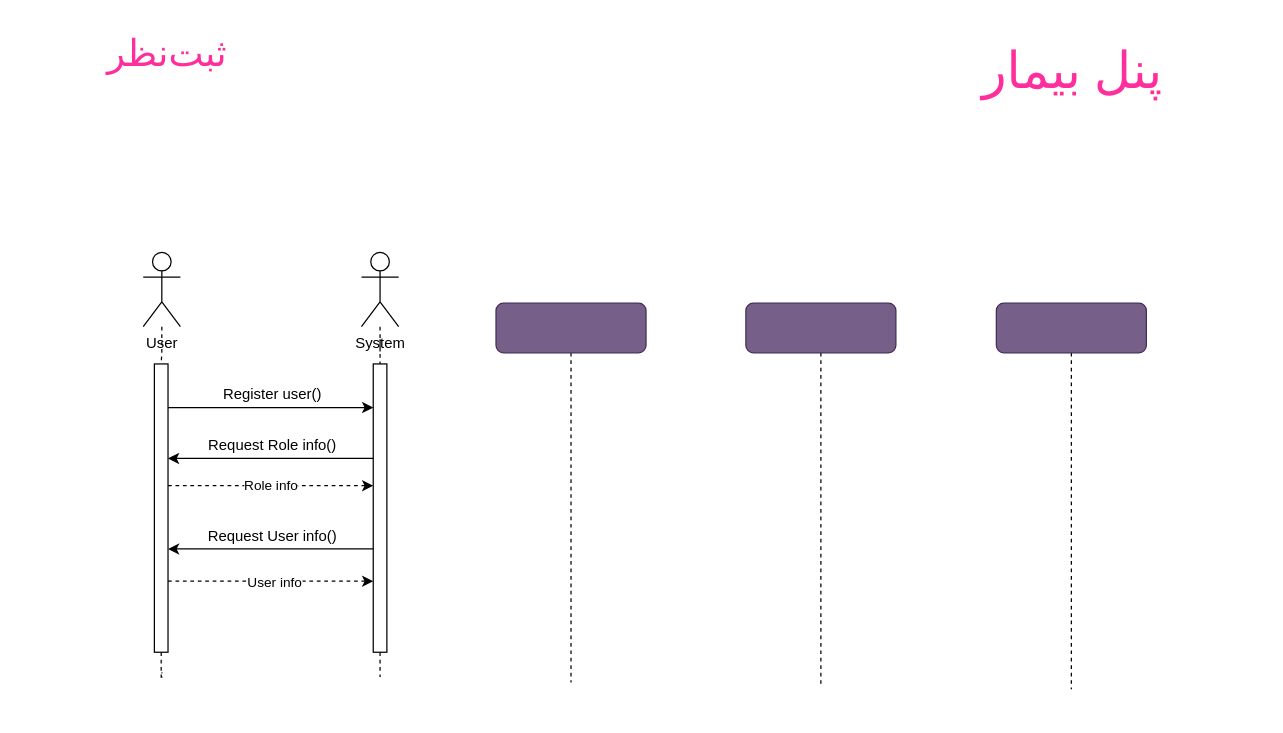
Above: page "ثبت‌نظر" (10 of 20) of Sequence Diagram/SequenceDiagram.drawio in Matinrezaei/Software-Lab (draw.io), before the change. Source tidied: cells renumbered, new cells numbered last; positions are measured from the earlier drawing's top-left corner, leaving out a move shared by most shapes. Both pictures are drawn from the tidied source at 124%, with x=0, y=0 at pixel (99, 21).
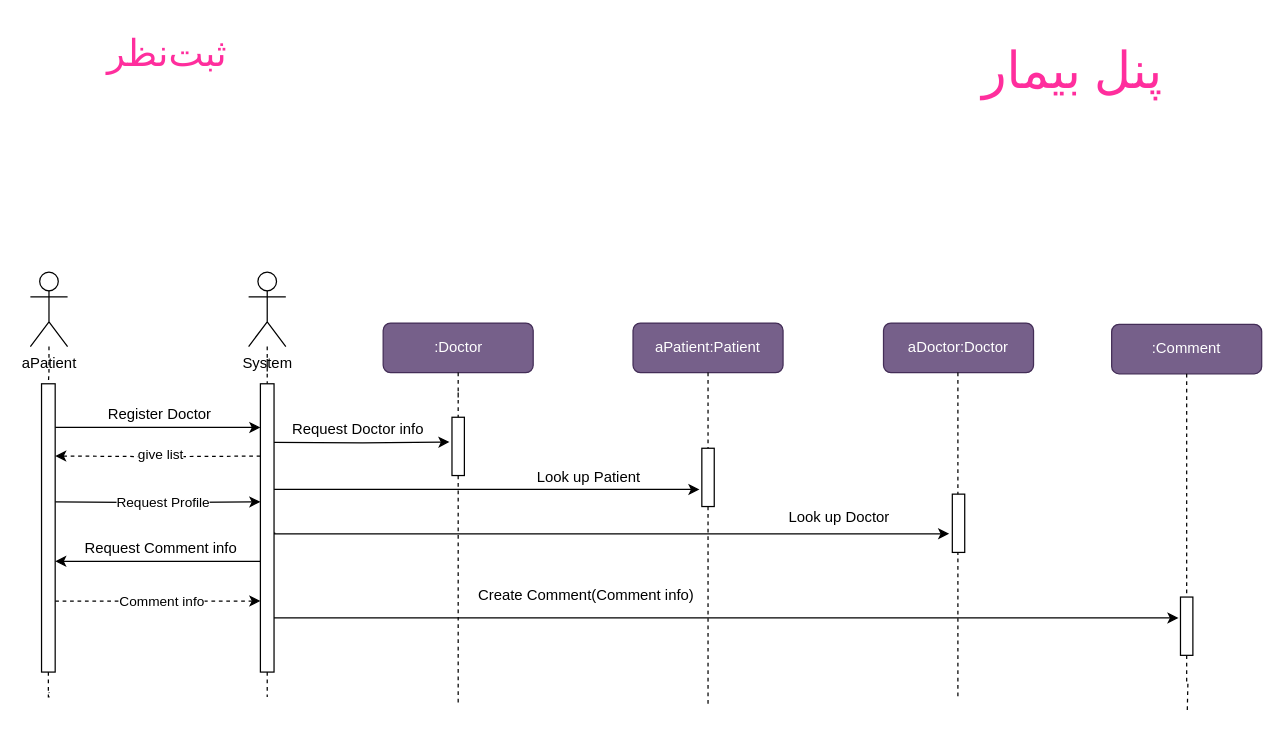
The same page after the edit.

Change to the diagram source:
```diff
@@
-    <mxCell id="4" style="edgeStyle=orthogonalEdgeStyle;rounded=0;jettySize=auto;html=1;dashed=1;endArrow=none;endFill=0;" parent="1" edge="1" source="13">
-      <mxGeometry relative="1" as="geometry">
-        <mxPoint x="50" y="524.8" as="targetPoint" />
-      </mxGeometry>
-    </mxCell>
-    <mxCell id="5" value="User" style="shape=umlActor;verticalLabelPosition=bottom;verticalAlign=top;html=1;outlineConnect=0;" parent="1" vertex="1">
-      <mxGeometry x="35" y="186" width="30" height="60" as="geometry" />
-    </mxCell>
-    <mxCell id="6" style="edgeStyle=orthogonalEdgeStyle;rounded=0;jettySize=auto;html=1;dashed=1;endArrow=none;endFill=0;" parent="1" edge="1" source="16">
-      <mxGeometry relative="1" as="geometry">
-        <mxPoint x="226" y="525.2" as="targetPoint" />
-      </mxGeometry>
-    </mxCell>
+    <mxCell id="27" style="edgeStyle=orthogonalEdgeStyle;rounded=0;jettySize=auto;html=1;dashed=1;endArrow=none;endFill=0;" parent="1" edge="1" source="36">
+      <mxGeometry relative="1" as="geometry">
+        <mxPoint x="-41" y="540.8" as="targetPoint" />
+      </mxGeometry>
+    </mxCell>
+    <mxCell id="28" value="aPatient" style="shape=umlActor;verticalLabelPosition=bottom;verticalAlign=top;html=1;outlineConnect=0;" parent="1" vertex="1">
+      <mxGeometry x="-56" y="202" width="30" height="60" as="geometry" />
+    </mxCell>
+    <mxCell id="29" style="edgeStyle=orthogonalEdgeStyle;rounded=0;jettySize=auto;html=1;dashed=1;endArrow=none;endFill=0;" parent="1" edge="1" source="42">
+      <mxGeometry relative="1" as="geometry">
+        <mxPoint x="135" y="541.2" as="targetPoint" />
+      </mxGeometry>
+    </mxCell>
     <mxCell id="7" value="System" style="shape=umlActor;verticalLabelPosition=bottom;verticalAlign=top;html=1;outlineConnect=0;" parent="1" vertex="1">
-      <mxGeometry x="211" y="186" width="30" height="60" as="geometry" />
+      <mxGeometry x="120" y="202" width="30" height="60" as="geometry" />
     </mxCell>
-    <mxCell id="8" style="edgeStyle=orthogonalEdgeStyle;rounded=0;jettySize=auto;html=1;dashed=1;endArrow=none;endFill=0;" parent="1" edge="1" source="5" target="13">
-      <mxGeometry relative="1" as="geometry" />
-    </mxCell>
-    <mxCell id="9" style="edgeStyle=orthogonalEdgeStyle;rounded=0;orthogonalLoop=1;jettySize=auto;html=1;entryX=0.5;entryY=1;entryDx=0;entryDy=0;" parent="1" edge="1">
-      <mxGeometry relative="1" as="geometry">
-        <mxPoint x="55" y="311.2" as="sourcePoint" />
-        <mxPoint x="220.5" y="311.2" as="targetPoint" />
-      </mxGeometry>
-    </mxCell>
-    <mxCell id="10" value="Role info" style="edgeStyle=orthogonalEdgeStyle;rounded=0;orthogonalLoop=1;jettySize=auto;html=1;entryX=0.5;entryY=1;entryDx=0;entryDy=0;dashed=1;" parent="1" edge="1">
-      <mxGeometry relative="1" as="geometry">
-        <mxPoint x="55" y="374.2" as="sourcePoint" />
-        <mxPoint x="220.5" y="374.2" as="targetPoint" />
-      </mxGeometry>
-    </mxCell>
-    <mxCell id="11" style="edgeStyle=orthogonalEdgeStyle;rounded=0;orthogonalLoop=1;jettySize=auto;html=1;entryX=0.5;entryY=1;entryDx=0;entryDy=0;dashed=1;" parent="1" edge="1">
-      <mxGeometry relative="1" as="geometry">
-        <mxPoint x="55" y="451.2" as="sourcePoint" />
-        <mxPoint x="220.5" y="451.2" as="targetPoint" />
-      </mxGeometry>
-    </mxCell>
-    <mxCell id="12" value="User info" style="edgeLabel;html=1;align=center;verticalAlign=middle;" parent="11" vertex="1">
-      <mxGeometry x="0.03" relative="1" as="geometry" />
-    </mxCell>
-    <mxCell id="13" style="rounded=0;whiteSpace=wrap;html=1;direction=south;" parent="1" vertex="1">
-      <mxGeometry x="44" y="276" width="11" height="232.5" as="geometry" />
-    </mxCell>
-    <mxCell id="14" style="edgeStyle=orthogonalEdgeStyle;rounded=0;jettySize=auto;html=1;dashed=1;endArrow=none;endFill=0;" parent="1" edge="1" source="7" target="16">
-      <mxGeometry relative="1" as="geometry" />
-    </mxCell>
-    <mxCell id="15" style="edgeStyle=orthogonalEdgeStyle;rounded=0;orthogonalLoop=1;jettySize=auto;html=1;entryX=0.5;entryY=0;entryDx=0;entryDy=0;" parent="1" edge="1">
-      <mxGeometry relative="1" as="geometry">
-        <mxPoint x="220.5" y="352.2" as="sourcePoint" />
-        <mxPoint x="55" y="352.2" as="targetPoint" />
-      </mxGeometry>
-    </mxCell>
-    <mxCell id="16" style="rounded=0;whiteSpace=wrap;html=1;direction=south;" parent="1" vertex="1">
-      <mxGeometry x="220.5" y="276" width="11" height="232.5" as="geometry" />
-    </mxCell>
-    <mxCell id="17" style="edgeStyle=orthogonalEdgeStyle;rounded=0;jettySize=auto;html=1;endArrow=none;endFill=0;dashed=1;" parent="1" edge="1" source="18">
-      <mxGeometry relative="1" as="geometry">
-        <mxPoint x="581.5" y="534" as="targetPoint" />
-      </mxGeometry>
-    </mxCell>
-    <mxCell id="18" style="rounded=1;whiteSpace=wrap;html=1;fillColor=#76608a;fontColor=#ffffff;strokeColor=#432D57;" parent="1" vertex="1">
-      <mxGeometry x="521" y="227" width="121" height="40" as="geometry" />
-    </mxCell>
-    <mxCell id="19" style="edgeStyle=orthogonalEdgeStyle;rounded=0;jettySize=auto;html=1;dashed=1;endArrow=none;endFill=0;" parent="1" edge="1" source="20">
-      <mxGeometry relative="1" as="geometry">
-        <mxPoint x="380" y="533" as="targetPoint" />
-      </mxGeometry>
-    </mxCell>
-    <mxCell id="20" style="rounded=1;whiteSpace=wrap;html=1;fillColor=#76608a;fontColor=#ffffff;strokeColor=#432D57;" parent="1" vertex="1">
-      <mxGeometry x="319.5" y="227" width="121" height="40" as="geometry" />
-    </mxCell>
-    <mxCell id="21" style="edgeStyle=orthogonalEdgeStyle;rounded=0;jettySize=auto;html=1;endArrow=none;endFill=0;dashed=1;" parent="1" edge="1" source="22">
-      <mxGeometry relative="1" as="geometry">
-        <mxPoint x="783.5" y="538.3" as="targetPoint" />
-      </mxGeometry>
-    </mxCell>
-    <mxCell id="22" style="rounded=1;whiteSpace=wrap;html=1;fillColor=#76608a;fontColor=#ffffff;strokeColor=#432D57;" parent="1" vertex="1">
-      <mxGeometry x="723" y="227" width="121" height="40" as="geometry" />
-    </mxCell>
-    <mxCell id="23" value="Register user()" style="text;html=1;align=center;verticalAlign=middle;strokeColor=none;fillColor=none;" parent="1" vertex="1">
-      <mxGeometry x="88" y="288" width="101" height="26" as="geometry" />
-    </mxCell>
-    <mxCell id="24" value="Request Role info()" style="text;html=1;align=center;verticalAlign=middle;strokeColor=none;fillColor=none;" parent="1" vertex="1">
-      <mxGeometry x="76" y="329" width="125" height="26" as="geometry" />
-    </mxCell>
-    <mxCell id="25" style="edgeStyle=orthogonalEdgeStyle;rounded=0;orthogonalLoop=1;jettySize=auto;html=1;entryX=0.5;entryY=0;entryDx=0;entryDy=0;" parent="1" edge="1">
-      <mxGeometry relative="1" as="geometry">
-        <mxPoint x="220.5" y="425.2" as="sourcePoint" />
-        <mxPoint x="55" y="425.2" as="targetPoint" />
-      </mxGeometry>
-    </mxCell>
-    <mxCell id="26" value="Request User info()" style="text;html=1;align=center;verticalAlign=middle;strokeColor=none;fillColor=none;" parent="1" vertex="1">
-      <mxGeometry x="76" y="402" width="126" height="26" as="geometry" />
-    </mxCell>
+    <mxCell id="30" style="edgeStyle=orthogonalEdgeStyle;rounded=0;jettySize=auto;html=1;dashed=1;endArrow=none;endFill=0;" parent="1" edge="1" source="28" target="36">
+      <mxGeometry relative="1" as="geometry" />
+    </mxCell>
+    <mxCell id="31" style="edgeStyle=orthogonalEdgeStyle;rounded=0;orthogonalLoop=1;jettySize=auto;html=1;entryX=0.5;entryY=1;entryDx=0;entryDy=0;" parent="1" edge="1">
+      <mxGeometry relative="1" as="geometry">
+        <mxPoint x="-36" y="327.2" as="sourcePoint" />
+        <mxPoint x="129.5" y="327.2" as="targetPoint" />
+      </mxGeometry>
+    </mxCell>
+    <mxCell id="32" style="edgeStyle=orthogonalEdgeStyle;rounded=0;orthogonalLoop=1;jettySize=auto;html=1;entryX=0.5;entryY=1;entryDx=0;entryDy=0;dashed=1;" parent="1" edge="1">
+      <mxGeometry relative="1" as="geometry">
+        <mxPoint x="-36" y="467.2" as="sourcePoint" />
+        <mxPoint x="129.5" y="467.2" as="targetPoint" />
+      </mxGeometry>
+    </mxCell>
+    <mxCell id="33" value="Comment info" style="edgeLabel;html=1;align=center;verticalAlign=middle;" parent="32" vertex="1">
+      <mxGeometry x="0.03" relative="1" as="geometry" />
+    </mxCell>
+    <mxCell id="34" style="edgeStyle=orthogonalEdgeStyle;rounded=0;orthogonalLoop=1;jettySize=auto;html=1;entryX=0.5;entryY=1;entryDx=0;entryDy=0;" parent="1" edge="1">
+      <mxGeometry relative="1" as="geometry">
+        <mxPoint x="-36" y="387.3" as="sourcePoint" />
+        <mxPoint x="129.5" y="387.2" as="targetPoint" />
+      </mxGeometry>
+    </mxCell>
+    <mxCell id="35" value="Request Profile" style="edgeLabel;html=1;align=center;verticalAlign=middle;" parent="34" vertex="1">
+      <mxGeometry x="0.05" relative="1" as="geometry" />
+    </mxCell>
+    <mxCell id="36" style="rounded=0;whiteSpace=wrap;html=1;direction=south;" parent="1" vertex="1">
+      <mxGeometry x="-47" y="292" width="11" height="232.5" as="geometry" />
+    </mxCell>
+    <mxCell id="37" style="edgeStyle=orthogonalEdgeStyle;rounded=0;jettySize=auto;html=1;dashed=1;endArrow=none;endFill=0;" parent="1" edge="1" source="7" target="42">
+      <mxGeometry relative="1" as="geometry" />
+    </mxCell>
+    <mxCell id="38" style="edgeStyle=orthogonalEdgeStyle;rounded=0;orthogonalLoop=1;jettySize=auto;html=1;entryX=0.5;entryY=0;entryDx=0;entryDy=0;dashed=1;" parent="1" edge="1">
+      <mxGeometry relative="1" as="geometry">
+        <mxPoint x="129.5" y="350.3" as="sourcePoint" />
+        <mxPoint x="-36" y="350.2" as="targetPoint" />
+      </mxGeometry>
+    </mxCell>
+    <mxCell id="39" value="give list" style="edgeLabel;html=1;align=center;verticalAlign=middle;" parent="38" vertex="1">
+      <mxGeometry x="-0.02" y="-2" relative="1" as="geometry" />
+    </mxCell>
+    <mxCell id="40" style="edgeStyle=orthogonalEdgeStyle;rounded=0;orthogonalLoop=1;jettySize=auto;html=1;" parent="1" edge="1">
+      <mxGeometry relative="1" as="geometry">
+        <mxPoint x="140.5" y="339.2" as="sourcePoint" />
+        <mxPoint x="282" y="339" as="targetPoint" />
+      </mxGeometry>
+    </mxCell>
+    <mxCell id="41" style="edgeStyle=orthogonalEdgeStyle;rounded=0;orthogonalLoop=1;jettySize=auto;html=1;" parent="1" edge="1">
+      <mxGeometry relative="1" as="geometry">
+        <mxPoint x="140.5" y="377.2" as="sourcePoint" />
+        <mxPoint x="483.6" y="377.2" as="targetPoint" />
+      </mxGeometry>
+    </mxCell>
+    <mxCell id="42" style="rounded=0;whiteSpace=wrap;html=1;direction=south;" parent="1" vertex="1">
+      <mxGeometry x="129.5" y="292" width="11" height="232.5" as="geometry" />
+    </mxCell>
+    <mxCell id="43" style="edgeStyle=orthogonalEdgeStyle;rounded=0;jettySize=auto;html=1;endArrow=none;endFill=0;dashed=1;" parent="1" edge="1" source="55">
+      <mxGeometry relative="1" as="geometry">
+        <mxPoint x="490.5" y="550" as="targetPoint" />
+      </mxGeometry>
+    </mxCell>
+    <mxCell id="44" value="aPatient:Patient" style="rounded=1;whiteSpace=wrap;html=1;fillColor=#76608a;fontColor=#ffffff;strokeColor=#432D57;" parent="1" vertex="1">
+      <mxGeometry x="430" y="243" width="121" height="40" as="geometry" />
+    </mxCell>
+    <mxCell id="45" style="edgeStyle=orthogonalEdgeStyle;rounded=0;jettySize=auto;html=1;dashed=1;endArrow=none;endFill=0;" parent="1" edge="1" source="52">
+      <mxGeometry relative="1" as="geometry">
+        <mxPoint x="289" y="549" as="targetPoint" />
+      </mxGeometry>
+    </mxCell>
+    <mxCell id="46" value=":Doctor" style="rounded=1;whiteSpace=wrap;html=1;fillColor=#76608a;fontColor=#ffffff;strokeColor=#432D57;" parent="1" vertex="1">
+      <mxGeometry x="228.5" y="243" width="121" height="40" as="geometry" />
+    </mxCell>
+    <mxCell id="47" value="aDoctor:Doctor" style="rounded=1;whiteSpace=wrap;html=1;fillColor=#76608a;fontColor=#ffffff;strokeColor=#432D57;" parent="1" vertex="1">
+      <mxGeometry x="632" y="243" width="121" height="40" as="geometry" />
+    </mxCell>
+    <mxCell id="48" value="Register Doctor" style="text;html=1;align=center;verticalAlign=middle;strokeColor=none;fillColor=none;" parent="1" vertex="1">
+      <mxGeometry x="-4" y="304" width="104" height="26" as="geometry" />
+    </mxCell>
+    <mxCell id="49" style="edgeStyle=orthogonalEdgeStyle;rounded=0;orthogonalLoop=1;jettySize=auto;html=1;entryX=0.5;entryY=0;entryDx=0;entryDy=0;" parent="1" edge="1">
+      <mxGeometry relative="1" as="geometry">
+        <mxPoint x="129.5" y="435.2" as="sourcePoint" />
+        <mxPoint x="-36" y="435.2" as="targetPoint" />
+      </mxGeometry>
+    </mxCell>
+    <mxCell id="50" value="Request Comment info" style="text;html=1;align=center;verticalAlign=middle;strokeColor=none;fillColor=none;" parent="1" vertex="1">
+      <mxGeometry x="-24" y="412" width="146" height="26" as="geometry" />
+    </mxCell>
+    <mxCell id="51" style="edgeStyle=orthogonalEdgeStyle;rounded=0;jettySize=auto;html=1;dashed=1;endArrow=none;endFill=0;" parent="1" edge="1" source="46" target="52">
+      <mxGeometry relative="1" as="geometry" />
+    </mxCell>
+    <mxCell id="52" style="rounded=0;whiteSpace=wrap;html=1;direction=south;" parent="1" vertex="1">
+      <mxGeometry x="284" y="319" width="10" height="47" as="geometry" />
+    </mxCell>
+    <mxCell id="53" value="Request Doctor info" style="text;html=1;align=center;verticalAlign=middle;strokeColor=none;fillColor=none;" parent="1" vertex="1">
+      <mxGeometry x="144.5" y="316" width="127" height="26" as="geometry" />
+    </mxCell>
+    <mxCell id="54" style="edgeStyle=orthogonalEdgeStyle;rounded=0;jettySize=auto;html=1;endArrow=none;endFill=0;dashed=1;" parent="1" edge="1" source="44" target="55">
+      <mxGeometry relative="1" as="geometry" />
+    </mxCell>
+    <mxCell id="55" style="rounded=0;whiteSpace=wrap;html=1;direction=south;" parent="1" vertex="1">
+      <mxGeometry x="485.5" y="344" width="10" height="47" as="geometry" />
+    </mxCell>
+    <mxCell id="56" value="Look up Patient" style="text;html=1;align=center;verticalAlign=middle;strokeColor=none;fillColor=none;" parent="1" vertex="1">
+      <mxGeometry x="342.5" y="355" width="103" height="26" as="geometry" />
+    </mxCell>
+    <mxCell id="57" style="edgeStyle=orthogonalEdgeStyle;rounded=0;jettySize=auto;html=1;endArrow=none;endFill=0;dashed=1;" parent="1" edge="1" source="47">
+      <mxGeometry relative="1" as="geometry">
+        <mxPoint x="692" y="545" as="targetPoint" />
+      </mxGeometry>
+    </mxCell>
+    <mxCell id="58" style="edgeStyle=orthogonalEdgeStyle;rounded=0;jettySize=auto;html=1;entryX=0.358;entryY=1.158;entryDx=0;entryDy=0;entryPerimeter=0;" parent="1" edge="1" source="42" target="66">
+      <mxGeometry relative="1" as="geometry">
+        <Array as="points">
+          <mxPoint x="506" y="480" />
+        </Array>
+      </mxGeometry>
+    </mxCell>
+    <mxCell id="59" value="&lt;font style=&quot;font-size: 12px;&quot;&gt;Create Comment(Comment info)&lt;/font&gt;" style="text;html=1;align=center;verticalAlign=middle;strokeColor=none;fillColor=none;" parent="1" vertex="1">
+      <mxGeometry x="292.5" y="450" width="199" height="26" as="geometry" />
+    </mxCell>
+    <mxCell id="60" style="edgeStyle=orthogonalEdgeStyle;rounded=0;orthogonalLoop=1;jettySize=auto;html=1;" parent="1" edge="1">
+      <mxGeometry relative="1" as="geometry">
+        <mxPoint x="141" y="412" as="sourcePoint" />
+        <mxPoint x="685" y="413" as="targetPoint" />
+        <Array as="points">
+          <mxPoint x="414" y="413" />
+          <mxPoint x="686" y="413" />
+        </Array>
+      </mxGeometry>
+    </mxCell>
+    <mxCell id="61" style="rounded=0;whiteSpace=wrap;html=1;direction=south;" parent="1" vertex="1">
+      <mxGeometry x="687.5" y="381" width="10" height="47" as="geometry" />
+    </mxCell>
+    <mxCell id="62" value="Look up Doctor" style="text;html=1;align=center;verticalAlign=middle;strokeColor=none;fillColor=none;" parent="1" vertex="1">
+      <mxGeometry x="545.5" y="387" width="101" height="26" as="geometry" />
+    </mxCell>
+    <mxCell id="63" value=":Comment" style="rounded=1;whiteSpace=wrap;html=1;fillColor=#76608a;fontColor=#ffffff;strokeColor=#432D57;" parent="1" vertex="1">
+      <mxGeometry x="816" y="244" width="121" height="40" as="geometry" />
+    </mxCell>
+    <mxCell id="64" style="edgeStyle=orthogonalEdgeStyle;rounded=0;jettySize=auto;html=1;endArrow=none;endFill=0;dashed=1;" parent="1" edge="1" source="66">
+      <mxGeometry relative="1" as="geometry">
+        <mxPoint x="877" y="555" as="targetPoint" />
+      </mxGeometry>
+    </mxCell>
+    <mxCell id="65" style="edgeStyle=orthogonalEdgeStyle;rounded=0;jettySize=auto;html=1;endArrow=none;endFill=0;dashed=1;" parent="1" edge="1" source="63" target="66">
+      <mxGeometry relative="1" as="geometry" />
+    </mxCell>
+    <mxCell id="66" style="rounded=0;whiteSpace=wrap;html=1;direction=south;" parent="1" vertex="1">
+      <mxGeometry x="871.5" y="464" width="10" height="47" as="geometry" />
+    </mxCell>
```
